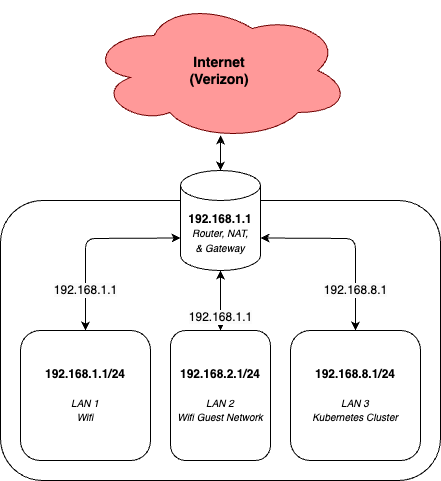
ProfMoo/home keeps this draw.io diagram as docs/diagram.drawio.png. Above is the earlier version. Source tidied: cells renumbered, new cells last; positions are measured from the earlier drawing's top-left corner, leaving out a move shared by most shapes.
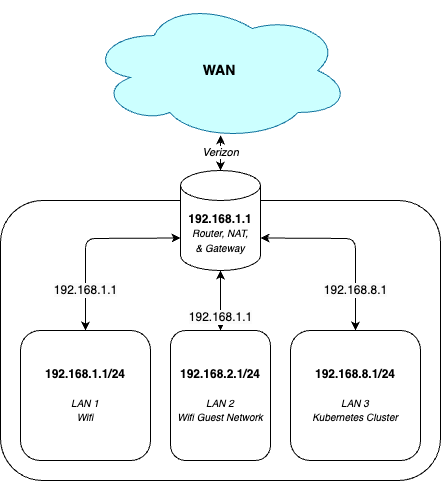
Later version of the same file.

Commit message:
Color change in diagram

What changed in the source:
```diff
@@ -5,13 +5,13 @@
     <mxCell id="2" style="rounded=1;whiteSpace=wrap;html=1;" parent="1" vertex="1">
       <mxGeometry y="200" width="440" height="280" as="geometry" />
     </mxCell>
-    <mxCell id="3" value="&lt;font style=&quot;font-size: 14px;&quot; color=&quot;#000000&quot;&gt;&lt;b&gt;Internet&lt;br&gt;(Verizon)&lt;/b&gt;&lt;/font&gt;" style="ellipse;shape=cloud;whiteSpace=wrap;html=1;fillColor=#FF9999;fontColor=#ffffff;strokeColor=#6F0000;" parent="1" vertex="1">
+    <mxCell id="3" value="&lt;font style=&quot;font-size: 14px;&quot; color=&quot;#000000&quot;&gt;&lt;b&gt;WAN&lt;br&gt;&lt;/b&gt;&lt;/font&gt;" style="ellipse;shape=cloud;whiteSpace=wrap;html=1;fillColor=#CCFFFF;strokeColor=#10739e;" parent="1" vertex="1">
       <mxGeometry x="88" width="262" height="140" as="geometry" />
     </mxCell>
     <mxCell id="4" value="&lt;b&gt;192.168.1.1&lt;/b&gt;&lt;br&gt;&lt;font style=&quot;font-size: 10px;&quot;&gt;&lt;i&gt;Router, NAT,&lt;br&gt;&amp;amp; Gateway&lt;/i&gt;&lt;/font&gt;" style="shape=cylinder3;whiteSpace=wrap;html=1;boundedLbl=1;backgroundOutline=1;size=15;" parent="1" vertex="1">
       <mxGeometry x="180" y="170" width="80" height="100" as="geometry" />
     </mxCell>
-    <mxCell id="5" style="endArrow=classic;startArrow=classic;html=1;exitX=0.5;exitY=0;exitDx=0;exitDy=0;exitPerimeter=0;entryX=0.504;entryY=0.964;entryDx=0;entryDy=0;entryPerimeter=0;" parent="1" edge="1" source="4" target="3">
+    <mxCell id="5" value="&lt;i&gt;Verizon&lt;/i&gt;" style="endArrow=classic;startArrow=classic;html=1;exitX=0.5;exitY=0;exitDx=0;exitDy=0;exitPerimeter=0;entryX=0.504;entryY=0.964;entryDx=0;entryDy=0;entryPerimeter=0;" parent="1" edge="1" source="4" target="3">
       <mxGeometry relative="1" as="geometry" />
     </mxCell>
     <mxCell id="6" value="&lt;span style=&quot;color: rgb(0, 0, 0); font-family: Helvetica; font-size: 12px; font-style: normal; font-variant-ligatures: normal; font-variant-caps: normal; font-weight: 400; letter-spacing: normal; orphans: 2; text-align: center; text-indent: 0px; text-transform: none; widows: 2; word-spacing: 0px; -webkit-text-stroke-width: 0px; background-color: rgb(251, 251, 251); text-decoration-thickness: initial; text-decoration-style: initial; text-decoration-color: initial; float: none; display: inline !important;&quot;&gt;192.168.1.1&lt;/span&gt;" style="endArrow=classic;startArrow=classic;html=1;entryX=0;entryY=0;entryDx=0;entryDy=67.5;entryPerimeter=0;exitX=0.5;exitY=0;exitDx=0;exitDy=0;" parent="1" edge="1" source="7" target="4">
```
